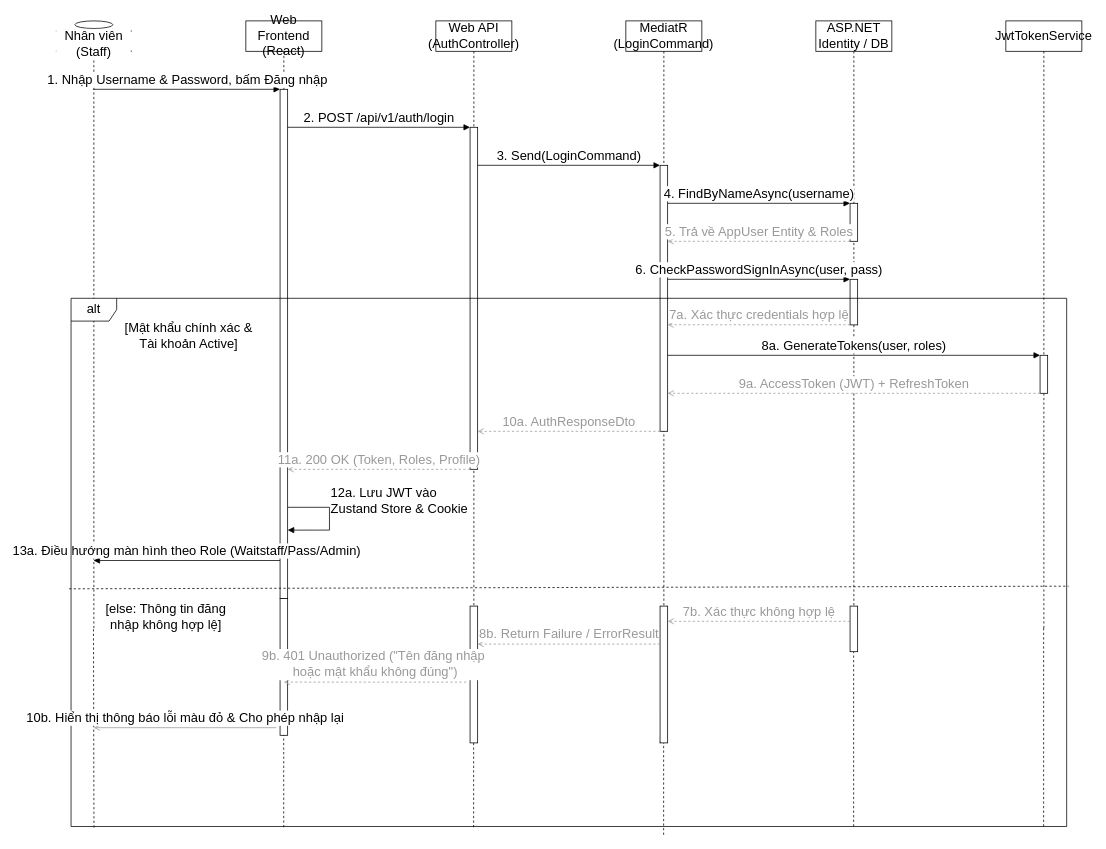
This is docs/phase1/drawio/sd06_staff_login.drawio from AndrewQng/VinDining, a draw.io file, before an edit. Source tidied: cells renumbered, new cells numbered last; positions are measured from the earlier drawing's top-left corner, leaving out a move shared by most shapes. Both pictures are drawn from the tidied source at 76%, with x=0, y=0 at pixel (55, 21).
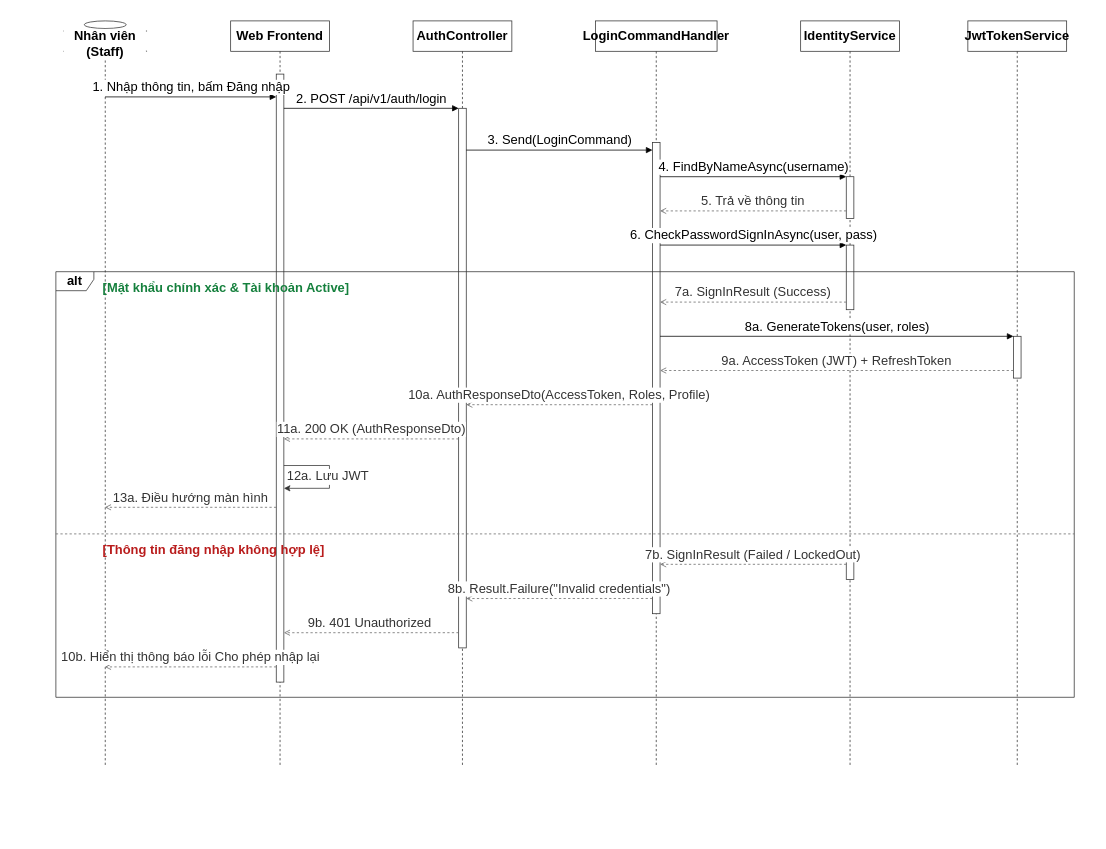
The same diagram, later.

Change to the diagram source:
```diff
@@
-    <mxCell id="2" value="Nhân viên (Staff)" style="shape=umlLifeline;perimeter=lifelinePerimeter;whiteSpace=wrap;html=1;outlineConnect=0;portConstraint=eastwest;size=40;participant=umlActor;verticalAlign=bottom;spacingBottom=-14;labelBackgroundColor=#ffffff;fontSize=17;" parent="1" vertex="1">
-      <mxGeometry width="100" height="800" as="geometry" />
+    <mxCell id="2" value="Nhân viên (Staff)" style="shape=umlLifeline;perimeter=lifelinePerimeter;whiteSpace=wrap;html=1;outlineConnect=0;portConstraint=eastwest;size=40;participant=umlActor;verticalAlign=bottom;spacingBottom=-14;labelBackgroundColor=#ffffff;fontSize=17;fontStyle=1;strokeColor=#333333;" parent="1" vertex="1">
+      <mxGeometry x="10" width="110" height="980" as="geometry" />
     </mxCell>
-    <mxCell id="3" value="Web Frontend (React)" style="shape=umlLifeline;perimeter=lifelinePerimeter;whiteSpace=wrap;html=1;size=40;fontSize=17;" parent="1" vertex="1">
-      <mxGeometry x="250" width="100" height="800" as="geometry" />
+    <mxCell id="3" value="Web Frontend" style="shape=umlLifeline;perimeter=lifelinePerimeter;whiteSpace=wrap;html=1;size=40;fontSize=17;fontStyle=1;fillColor=#ffffff;strokeColor=#333333;" parent="1" vertex="1">
+      <mxGeometry x="230" width="130" height="980" as="geometry" />
     </mxCell>
-    <mxCell id="4" style="html=1;points=[];perimeter=orthogonalPerimeter;outlineConnect=0;fillColor=#ffffff;fontSize=17;" parent="3" vertex="1">
-      <mxGeometry x="45" y="90" width="10" height="670" as="geometry" />
-    </mxCell>
-    <mxCell id="5" value="Web API (AuthController)" style="shape=umlLifeline;perimeter=lifelinePerimeter;whiteSpace=wrap;html=1;size=40;fontSize=17;" parent="1" vertex="1">
-      <mxGeometry x="500" width="100" height="800" as="geometry" />
-    </mxCell>
-    <mxCell id="6" style="html=1;points=[];perimeter=orthogonalPerimeter;outlineConnect=0;fillColor=#ffffff;fontSize=17;" parent="5" vertex="1">
-      <mxGeometry x="45" y="140" width="10" height="450" as="geometry" />
-    </mxCell>
-    <mxCell id="7" value="MediatR (LoginCommand)" style="shape=umlLifeline;perimeter=lifelinePerimeter;whiteSpace=wrap;html=1;size=40;fontSize=17;" parent="1" vertex="1">
-      <mxGeometry x="750" width="100" height="800" as="geometry" />
-    </mxCell>
-    <mxCell id="8" style="html=1;points=[];perimeter=orthogonalPerimeter;outlineConnect=0;fillColor=#ffffff;fontSize=17;" parent="7" vertex="1">
-      <mxGeometry x="45" y="190" width="10" height="350" as="geometry" />
-    </mxCell>
-    <mxCell id="9" value="ASP.NET Identity / DB" style="shape=umlLifeline;perimeter=lifelinePerimeter;whiteSpace=wrap;html=1;size=40;fontSize=17;" parent="1" vertex="1">
-      <mxGeometry x="1000" width="100" height="800" as="geometry" />
-    </mxCell>
-    <mxCell id="10" style="html=1;points=[];perimeter=orthogonalPerimeter;outlineConnect=0;fillColor=#ffffff;fontSize=17;" parent="9" vertex="1">
-      <mxGeometry x="45" y="240" width="10" height="50" as="geometry" />
-    </mxCell>
-    <mxCell id="11" style="html=1;points=[];perimeter=orthogonalPerimeter;outlineConnect=0;fillColor=#ffffff;fontSize=17;" parent="9" vertex="1">
-      <mxGeometry x="45" y="340" width="10" height="60" as="geometry" />
-    </mxCell>
+    <mxCell id="46" style="html=1;points=[];perimeter=orthogonalPerimeter;outlineConnect=0;fillColor=#ffffff;strokeColor=#333333;fontSize=17;" parent="3" vertex="1">
+      <mxGeometry x="60" y="70" width="10" height="800" as="geometry" />
+    </mxCell>
+    <mxCell id="47" value="AuthController" style="shape=umlLifeline;perimeter=lifelinePerimeter;whiteSpace=wrap;html=1;size=40;fontSize=17;fontStyle=1;fillColor=#ffffff;strokeColor=#333333;" parent="1" vertex="1">
+      <mxGeometry x="470" width="130" height="980" as="geometry" />
+    </mxCell>
+    <mxCell id="48" style="html=1;points=[];perimeter=orthogonalPerimeter;outlineConnect=0;fillColor=#ffffff;strokeColor=#333333;fontSize=17;" parent="47" vertex="1">
+      <mxGeometry x="60" y="115" width="10" height="710" as="geometry" />
+    </mxCell>
+    <mxCell id="49" value="LoginCommandHandler" style="shape=umlLifeline;perimeter=lifelinePerimeter;whiteSpace=wrap;html=1;size=40;fontSize=17;fontStyle=1;fillColor=#ffffff;strokeColor=#333333;" parent="1" vertex="1">
+      <mxGeometry x="710" width="160" height="980" as="geometry" />
+    </mxCell>
+    <mxCell id="50" style="html=1;points=[];perimeter=orthogonalPerimeter;outlineConnect=0;fillColor=#ffffff;strokeColor=#333333;fontSize=17;" parent="49" vertex="1">
+      <mxGeometry x="75" y="160" width="10" height="620" as="geometry" />
+    </mxCell>
+    <mxCell id="51" value="IdentityService" style="shape=umlLifeline;perimeter=lifelinePerimeter;whiteSpace=wrap;html=1;size=40;fontSize=17;fontStyle=1;fillColor=#ffffff;strokeColor=#333333;" parent="1" vertex="1">
+      <mxGeometry x="980" width="130" height="980" as="geometry" />
+    </mxCell>
+    <mxCell id="52" style="html=1;points=[];perimeter=orthogonalPerimeter;outlineConnect=0;fillColor=#ffffff;strokeColor=#333333;fontSize=17;" parent="51" vertex="1">
+      <mxGeometry x="60" y="205" width="10" height="55" as="geometry" />
+    </mxCell>
+    <mxCell id="53" style="html=1;points=[];perimeter=orthogonalPerimeter;outlineConnect=0;fillColor=#ffffff;strokeColor=#333333;fontSize=17;" parent="51" vertex="1">
+      <mxGeometry x="60" y="295" width="10" height="85" as="geometry" />
+    </mxCell>
+    <mxCell id="54" style="html=1;points=[];perimeter=orthogonalPerimeter;outlineConnect=0;fillColor=#ffffff;strokeColor=#333333;fontSize=17;" parent="51" vertex="1">
+      <mxGeometry x="60" y="700" width="10" height="35" as="geometry" />
+    </mxCell>
-    <mxCell id="12" value="JwtTokenService" style="shape=umlLifeline;perimeter=lifelinePerimeter;whiteSpace=wrap;html=1;size=40;fontSize=17;" parent="1" vertex="1">
-      <mxGeometry x="1250" width="100" height="800" as="geometry" />
+    <mxCell id="12" value="JwtTokenService" style="shape=umlLifeline;perimeter=lifelinePerimeter;whiteSpace=wrap;html=1;size=40;fontSize=17;fontStyle=1;fillColor=#ffffff;strokeColor=#333333;" parent="1" vertex="1">
+      <mxGeometry x="1200" width="130" height="980" as="geometry" />
     </mxCell>
-    <mxCell id="13" style="html=1;points=[];perimeter=orthogonalPerimeter;outlineConnect=0;fillColor=#ffffff;fontSize=17;" parent="12" vertex="1">
-      <mxGeometry x="45" y="440" width="10" height="50" as="geometry" />
-    </mxCell>
+    <mxCell id="55" style="html=1;points=[];perimeter=orthogonalPerimeter;outlineConnect=0;fillColor=#ffffff;strokeColor=#333333;fontSize=17;" parent="12" vertex="1">
+      <mxGeometry x="60" y="415" width="10" height="55" as="geometry" />
+    </mxCell>
-    <mxCell id="14" value="1. Nhập Username &amp;amp; Password, bấm Đăng nhập" style="html=1;verticalAlign=bottom;endArrow=block;curved=0;rounded=0;exitX=0.5;exitY=0.1125;entryX=0;entryY=0.0;fontSize=17;" parent="1" edge="1" source="2" target="4">
-      <mxGeometry relative="1" as="geometry" />
+    <mxCell id="14" value="1. Nhập thông tin, bấm Đăng nhập" style="html=1;verticalAlign=bottom;endArrow=block;curved=0;rounded=0;exitX=0.5;exitY=0.0714;entryX=0;entryY=0.0000;fontSize=17;" parent="1" edge="1">
+      <mxGeometry relative="1" as="geometry">
+        <mxPoint x="64.8" y="100" as="sourcePoint" />
+        <mxPoint x="290" y="100" as="targetPoint" />
+      </mxGeometry>
     </mxCell>
-    <mxCell id="15" value="2. POST /api/v1/auth/login" style="html=1;verticalAlign=bottom;endArrow=block;curved=0;rounded=0;exitX=1;exitY=0.0746;entryX=0;entryY=0.0;fontSize=17;" parent="1" edge="1" source="4" target="6">
+    <mxCell id="15" value="2. POST /api/v1/auth/login" style="html=1;verticalAlign=bottom;endArrow=block;curved=0;rounded=0;exitX=1;exitY=0.0563;entryX=0;entryY=0.0000;fontSize=17;" parent="1" edge="1" source="46" target="48">
       <mxGeometry relative="1" as="geometry" />
     </mxCell>
-    <mxCell id="16" value="3. Send(LoginCommand)" style="html=1;verticalAlign=bottom;endArrow=block;curved=0;rounded=0;exitX=1;exitY=0.1111;entryX=0;entryY=0.0;fontSize=17;" parent="1" edge="1" source="6" target="8">
-      <mxGeometry relative="1" as="geometry" />
+    <mxCell id="16" value="3. Send(LoginCommand)" style="html=1;verticalAlign=bottom;endArrow=block;curved=0;rounded=0;exitX=1;exitY=0.0634;entryX=0;entryY=0.0000;fontSize=17;" parent="1" edge="1">
+      <mxGeometry relative="1" as="geometry">
+        <mxPoint x="540" y="170" as="sourcePoint" />
+        <mxPoint x="785" y="170" as="targetPoint" />
+      </mxGeometry>
     </mxCell>
-    <mxCell id="17" value="4. FindByNameAsync(username)" style="html=1;verticalAlign=bottom;endArrow=block;curved=0;rounded=0;exitX=1;exitY=0.1429;entryX=0;entryY=0.0;fontSize=17;" parent="1" edge="1" source="8" target="10">
+    <mxCell id="17" value="4. FindByNameAsync(username)" style="html=1;verticalAlign=bottom;endArrow=block;curved=0;rounded=0;exitX=1;exitY=0.0726;entryX=0;entryY=0.0000;fontSize=17;" parent="1" edge="1" source="50" target="52">
       <mxGeometry relative="1" as="geometry" />
     </mxCell>
-    <mxCell id="18" value="5. Trả về AppUser Entity &amp;amp; Roles" style="html=1;verticalAlign=bottom;endArrow=open;dashed=1;curved=0;rounded=0;strokeColor=#999999;fontColor=#999999;exitX=0;exitY=1.0;entryX=1;entryY=0.2857;fontSize=17;" parent="1" edge="1" source="10" target="8">
+    <mxCell id="18" value="5. Trả về thông tin" style="html=1;verticalAlign=bottom;endArrow=open;dashed=1;curved=0;rounded=0;strokeColor=#666666;fontColor=#333333;exitX=0;exitY=0.8182;entryX=1;entryY=0.1452;fontSize=17;" parent="1" edge="1" source="52" target="50">
       <mxGeometry relative="1" as="geometry" />
     </mxCell>
-    <mxCell id="19" value="6. CheckPasswordSignInAsync(user, pass)" style="html=1;verticalAlign=bottom;endArrow=block;curved=0;rounded=0;exitX=1;exitY=0.4286;entryX=0;entryY=0.0;fontSize=17;" parent="1" edge="1" source="8" target="11">
+    <mxCell id="19" value="6. CheckPasswordSignInAsync(user, pass)" style="html=1;verticalAlign=bottom;endArrow=block;curved=0;rounded=0;exitX=1;exitY=0.2177;entryX=0;entryY=0.0000;fontSize=17;" parent="1" edge="1" source="50" target="53">
       <mxGeometry relative="1" as="geometry" />
     </mxCell>
-    <mxCell id="20" value="7a. Xác thực credentials hợp lệ" style="html=1;verticalAlign=bottom;endArrow=open;dashed=1;curved=0;rounded=0;strokeColor=#999999;fontColor=#999999;entryX=1;entryY=0.5714;fontSize=17;" parent="1" edge="1">
-      <mxGeometry relative="1" as="geometry">
-        <mxPoint x="1045" y="399.8" as="sourcePoint" />
-        <mxPoint x="805" y="399.8" as="targetPoint" />
-      </mxGeometry>
-    </mxCell>
+    <mxCell id="27" value="alt" style="shape=umlFrame;whiteSpace=wrap;html=1;width=50;height=25;fontSize=17;fontStyle=1;strokeColor=#333333;" parent="1" vertex="1">
+      <mxGeometry y="330" width="1340" height="560" as="geometry" />
+    </mxCell>
+    <mxCell id="38" value="[Mật khẩu chính xác &amp;amp; Tài khoản Active]" style="text;whiteSpace=wrap;html=1;labelBackgroundColor=none;fontSize=17;fontStyle=1;fontColor=#15803d;" parent="1" vertex="1">
+      <mxGeometry x="60" y="335" width="380" height="25" as="geometry" />
+    </mxCell>
+    <mxCell id="56" value="7a. SignInResult (Success)" style="html=1;verticalAlign=bottom;endArrow=open;dashed=1;curved=0;rounded=0;strokeColor=#666666;fontColor=#333333;exitX=0;exitY=0.8824;entryX=1;entryY=0.3387;fontSize=17;" parent="1" edge="1" source="53" target="50">
+      <mxGeometry relative="1" as="geometry" />
+    </mxCell>
-    <mxCell id="21" value="8a. GenerateTokens(user, roles)" style="html=1;verticalAlign=bottom;endArrow=block;curved=0;rounded=0;exitX=1;exitY=0.7143;entryX=0;entryY=0.0;fontSize=17;" parent="1" edge="1" source="8" target="13">
+    <mxCell id="21" value="8a. GenerateTokens(user, roles)" style="html=1;verticalAlign=bottom;endArrow=block;curved=0;rounded=0;exitX=1;exitY=0.4113;entryX=0;entryY=0.0000;fontSize=17;" parent="1" edge="1" source="50" target="55">
       <mxGeometry relative="1" as="geometry" />
     </mxCell>
-    <mxCell id="22" value="9a. AccessToken (JWT) + RefreshToken" style="html=1;verticalAlign=bottom;endArrow=open;dashed=1;curved=0;rounded=0;strokeColor=#999999;fontColor=#999999;exitX=0;exitY=1.0;entryX=1;entryY=0.8571;fontSize=17;" parent="1" edge="1" source="13" target="8">
+    <mxCell id="22" value="9a. AccessToken (JWT) + RefreshToken" style="html=1;verticalAlign=bottom;endArrow=open;dashed=1;curved=0;rounded=0;strokeColor=#666666;fontColor=#333333;exitX=0;exitY=0.8182;entryX=1;entryY=0.4839;fontSize=17;" parent="1" edge="1" source="55" target="50">
       <mxGeometry relative="1" as="geometry" />
     </mxCell>
-    <mxCell id="23" value="10a. AuthResponseDto" style="html=1;verticalAlign=bottom;endArrow=open;dashed=1;curved=0;rounded=0;strokeColor=#999999;fontColor=#999999;exitX=0;exitY=1.0;entryX=1;entryY=0.8889;fontSize=17;" parent="1" edge="1" source="8" target="6">
-      <mxGeometry relative="1" as="geometry" />
-    </mxCell>
-    <mxCell id="24" value="11a. 200 OK (Token, Roles, Profile)" style="html=1;verticalAlign=bottom;endArrow=open;dashed=1;curved=0;rounded=0;strokeColor=#999999;fontColor=#999999;exitX=0;exitY=1.0;entryX=1;entryY=0.7463;fontSize=17;" parent="1" edge="1" source="6" target="4">
-      <mxGeometry relative="1" as="geometry" />
-    </mxCell>
-    <mxCell id="25" value="12a. Lưu JWT vào&amp;nbsp;&lt;div&gt;Zustand Store &amp;amp; Cookie&lt;/div&gt;" style="html=1;verticalAlign=bottom;endArrow=block;curved=0;rounded=0;exitX=1;exitY=0.8209;entryX=1;entryY=0.8657;fontSize=17;align=left;" parent="1" edge="1" source="4" target="4">
-      <mxGeometry relative="1" as="geometry">
-        <Array as="points">
-          <mxPoint x="360" y="640" />
-          <mxPoint x="360" y="670" />
-        </Array>
-      </mxGeometry>
-    </mxCell>
-    <mxCell id="26" value="13a. Điều hướng màn hình theo Role (Waitstaff/Pass/Admin)" style="html=1;verticalAlign=bottom;endArrow=block;curved=0;rounded=0;exitX=0;exitY=0.9254;entryX=0.5;entryY=0.8875;fontSize=17;" parent="1" edge="1" source="4" target="2">
-      <mxGeometry relative="1" as="geometry" />
-    </mxCell>
-    <mxCell id="27" value="&lt;font style=&quot;font-size: 17px;&quot;&gt;alt&lt;/font&gt;" style="shape=umlFrame;whiteSpace=wrap;html=1;" parent="1" vertex="1">
-      <mxGeometry x="20" y="365" width="1310" height="695" as="geometry" />
-    </mxCell>
-    <mxCell id="28" style="endArrow=none;dashed=1;html=1;rounded=0;exitX=0.023;exitY=1.002;exitDx=0;exitDy=0;exitPerimeter=0;" parent="1" edge="1" source="27" target="2">
-      <mxGeometry relative="1" as="geometry" />
-    </mxCell>
-    <mxCell id="29" style="endArrow=none;dashed=1;html=1;rounded=0;exitX=0.023;exitY=1.002;exitDx=0;exitDy=0;exitPerimeter=0;" parent="1" edge="1">
-      <mxGeometry relative="1" as="geometry">
-        <mxPoint x="299.8" y="1061" as="sourcePoint" />
-        <mxPoint x="299.8" y="800" as="targetPoint" />
-      </mxGeometry>
-    </mxCell>
-    <mxCell id="30" style="endArrow=none;dashed=1;html=1;rounded=0;exitX=0.023;exitY=1.002;exitDx=0;exitDy=0;exitPerimeter=0;" parent="1" edge="1">
-      <mxGeometry relative="1" as="geometry">
-        <mxPoint x="549.7" y="1061" as="sourcePoint" />
-        <mxPoint x="549.7" y="800" as="targetPoint" />
-      </mxGeometry>
-    </mxCell>
-    <mxCell id="31" style="endArrow=none;dashed=1;html=1;rounded=0;exitX=0.023;exitY=1.002;exitDx=0;exitDy=0;exitPerimeter=0;" parent="1" edge="1" source="37">
-      <mxGeometry relative="1" as="geometry">
-        <mxPoint x="799.7" y="810" as="targetPoint" />
-      </mxGeometry>
-    </mxCell>
-    <mxCell id="32" style="endArrow=none;dashed=1;html=1;rounded=0;exitX=0.023;exitY=1.002;exitDx=0;exitDy=0;exitPerimeter=0;" parent="1" edge="1">
-      <mxGeometry relative="1" as="geometry">
-        <mxPoint x="1049.7" y="1060" as="sourcePoint" />
-        <mxPoint x="1049.7" y="799" as="targetPoint" />
-      </mxGeometry>
-    </mxCell>
-    <mxCell id="33" style="endArrow=none;dashed=1;html=1;rounded=0;exitX=0.023;exitY=1.002;exitDx=0;exitDy=0;exitPerimeter=0;" parent="1" edge="1">
-      <mxGeometry relative="1" as="geometry">
-        <mxPoint x="1299.7" y="1060" as="sourcePoint" />
-        <mxPoint x="1299.7" y="799" as="targetPoint" />
-      </mxGeometry>
-    </mxCell>
-    <mxCell id="34" style="endArrow=none;dashed=1;html=1;rounded=0;exitX=-0.002;exitY=0.55;exitDx=0;exitDy=0;exitPerimeter=0;entryX=1.002;entryY=0.545;entryDx=0;entryDy=0;entryPerimeter=0;" parent="1" edge="1" source="27" target="27">
-      <mxGeometry relative="1" as="geometry" />
-    </mxCell>
-    <mxCell id="35" style="html=1;perimeter=orthogonalPerimeter;fillColor=#ffffff;fontSize=17;" parent="1" vertex="1">
-      <mxGeometry x="1045" y="770" width="10" height="60" as="geometry" />
-    </mxCell>
-    <mxCell id="36" style="endArrow=none;dashed=1;html=1;rounded=0;exitX=0.023;exitY=1.002;exitDx=0;exitDy=0;exitPerimeter=0;" parent="1" edge="1" target="37">
-      <mxGeometry relative="1" as="geometry">
-        <mxPoint x="799.7" y="1071" as="sourcePoint" />
-      </mxGeometry>
-    </mxCell>
-    <mxCell id="37" style="html=1;points=[];perimeter=orthogonalPerimeter;outlineConnect=0;fillColor=#ffffff;fontSize=17;" parent="1" vertex="1">
-      <mxGeometry x="795" y="770" width="10" height="180" as="geometry" />
-    </mxCell>
-    <mxCell id="38" value="&lt;font style=&quot;font-size: 17px;&quot;&gt;[Mật khẩu chính xác &amp;amp; Tài khoản Active]&lt;/font&gt;" style="text;html=1;whiteSpace=wrap;strokeColor=none;fillColor=none;align=center;verticalAlign=middle;rounded=0;" parent="1" vertex="1">
-      <mxGeometry x="80" y="400" width="190" height="30" as="geometry" />
-    </mxCell>
-    <mxCell id="39" value="7b. Xác thực không hợp lệ" style="html=1;verticalAlign=bottom;endArrow=open;dashed=1;curved=0;rounded=0;strokeColor=#999999;fontColor=#999999;entryX=1;entryY=0.5714;fontSize=17;" parent="1" edge="1">
-      <mxGeometry relative="1" as="geometry">
-        <mxPoint x="1045" y="790" as="sourcePoint" />
-        <mxPoint x="805" y="790" as="targetPoint" />
-      </mxGeometry>
-    </mxCell>
-    <mxCell id="40" style="html=1;perimeter=orthogonalPerimeter;fillColor=#ffffff;fontSize=17;" parent="1" vertex="1">
-      <mxGeometry x="545" y="770" width="10" height="180" as="geometry" />
-    </mxCell>
-    <mxCell id="41" style="html=1;perimeter=orthogonalPerimeter;fillColor=#ffffff;fontSize=17;" parent="1" vertex="1">
-      <mxGeometry x="295" y="760" width="10" height="180" as="geometry" />
-    </mxCell>
-    <mxCell id="42" value="&lt;span&gt;9b. 401 Unauthorized (&quot;Tên đăng nhập&amp;nbsp;&lt;/span&gt;&lt;div&gt;&lt;span&gt;&lt;span style=&quot;color: light-dark(rgb(153, 153, 153), rgb(106, 106, 106));&quot;&gt;hoặc mật khẩu không đúng&quot;)&lt;/span&gt;&lt;/span&gt;&lt;/div&gt;" style="html=1;verticalAlign=bottom;endArrow=open;dashed=1;curved=0;rounded=0;strokeColor=#999999;fontColor=#999999;entryX=1;entryY=0.5714;fontSize=17;" parent="1" edge="1">
-      <mxGeometry relative="1" as="geometry">
-        <mxPoint x="540" y="870" as="sourcePoint" />
-        <mxPoint x="300" y="870" as="targetPoint" />
-      </mxGeometry>
-    </mxCell>
-    <mxCell id="43" value="10b. Hiển thị thông báo lỗi màu đỏ &amp;amp; Cho phép nhập lại" style="html=1;verticalAlign=bottom;endArrow=open;curved=0;rounded=0;strokeColor=#999999;fontColor=default;entryX=1;entryY=0.5714;fontSize=17;fontFamily=Helvetica;fontStyle=0;align=center;labelBackgroundColor=default;" parent="1" edge="1">
-      <mxGeometry relative="1" as="geometry">
-        <mxPoint x="290" y="930" as="sourcePoint" />
-        <mxPoint x="50" y="930" as="targetPoint" />
-      </mxGeometry>
-    </mxCell>
-    <mxCell id="44" value="8b. Return Failure / ErrorResult" style="html=1;verticalAlign=bottom;endArrow=open;dashed=1;curved=0;rounded=0;strokeColor=#999999;fontColor=#999999;entryX=1;entryY=0.5714;fontSize=17;" parent="1" edge="1">
-      <mxGeometry relative="1" as="geometry">
-        <mxPoint x="795" y="820" as="sourcePoint" />
-        <mxPoint x="555" y="820" as="targetPoint" />
-      </mxGeometry>
-    </mxCell>
-    <mxCell id="45" value="&lt;font style=&quot;font-size: 17px;&quot;&gt;[else: Thông tin đăng nhập không hợp lệ]&lt;/font&gt;" style="text;html=1;whiteSpace=wrap;strokeColor=none;fillColor=none;align=center;verticalAlign=middle;rounded=0;" parent="1" vertex="1">
-      <mxGeometry x="50" y="770" width="190" height="30" as="geometry" />
-    </mxCell>
+    <mxCell id="57" value="10a. AuthResponseDto(AccessToken, Roles, Profile)" style="html=1;verticalAlign=bottom;endArrow=open;dashed=1;curved=0;rounded=0;strokeColor=#666666;fontColor=#333333;exitX=0;exitY=0.5565;entryX=1;entryY=0.5493;fontSize=17;" parent="1" edge="1" source="50" target="48">
+      <mxGeometry relative="1" as="geometry" />
+    </mxCell>
+    <mxCell id="58" value="11a. 200 OK (AuthResponseDto)" style="html=1;verticalAlign=bottom;endArrow=open;dashed=1;curved=0;rounded=0;strokeColor=#666666;fontColor=#333333;exitX=0;exitY=0.6127;entryX=1;entryY=0.6000;fontSize=17;" parent="1" edge="1" source="48" target="46">
+      <mxGeometry relative="1" as="geometry" />
+    </mxCell>
+    <mxCell id="59" value="12a. Lưu JWT&amp;nbsp;" style="edgeStyle=orthogonalEdgeStyle;curved=0;rounded=0;html=1;exitX=1;exitY=0.6438;entryX=1;entryY=0.6813;strokeColor=#333333;fontColor=#333333;fontSize=17;" parent="1" edge="1" source="46" target="46">
+      <mxGeometry relative="1" as="geometry">
+        <Array as="points">
+          <mxPoint x="360" y="585" />
+          <mxPoint x="360" y="615" />
+        </Array>
+      </mxGeometry>
+    </mxCell>
+    <mxCell id="60" value="13a. Điều hướng màn hình" style="html=1;verticalAlign=bottom;endArrow=open;dashed=1;curved=0;rounded=0;strokeColor=#666666;fontColor=#333333;exitX=0;exitY=0.7125;fontSize=17;" parent="1" edge="1" source="46" target="2">
+      <mxGeometry relative="1" as="geometry" />
+    </mxCell>
+    <mxCell id="61" style="endArrow=none;dashed=1;html=1;rounded=0;strokeWidth=1;strokeColor=#666666;fontSize=17;" parent="1" edge="1">
+      <mxGeometry relative="1" as="geometry">
+        <mxPoint y="675" as="sourcePoint" />
+        <mxPoint x="1340" y="675" as="targetPoint" />
+      </mxGeometry>
+    </mxCell>
+    <mxCell id="62" value="[Thông tin đăng nhập không hợp lệ]" style="text;whiteSpace=wrap;html=1;labelBackgroundColor=none;fontSize=17;fontStyle=1;fontColor=#b91c1c;" parent="1" vertex="1">
+      <mxGeometry x="60" y="680" width="380" height="25" as="geometry" />
+    </mxCell>
+    <mxCell id="63" value="7b. SignInResult (Failed / LockedOut)" style="html=1;verticalAlign=bottom;endArrow=open;dashed=1;curved=0;rounded=0;strokeColor=#666666;fontColor=#333333;exitX=0;exitY=0.4286;entryX=1;entryY=0.8952;fontSize=17;" parent="1" edge="1" source="54" target="50">
+      <mxGeometry relative="1" as="geometry" />
+    </mxCell>
+    <mxCell id="64" value="8b. Result.Failure(&quot;Invalid credentials&quot;)" style="html=1;verticalAlign=bottom;endArrow=open;dashed=1;curved=0;rounded=0;strokeColor=#666666;fontColor=#333333;exitX=0;exitY=0.9677;entryX=1;entryY=0.9085;fontSize=17;" parent="1" edge="1" source="50" target="48">
+      <mxGeometry relative="1" as="geometry" />
+    </mxCell>
+    <mxCell id="65" value="9b. 401 Unauthorized&amp;nbsp;" style="html=1;verticalAlign=bottom;endArrow=open;dashed=1;curved=0;rounded=0;strokeColor=#666666;fontColor=#333333;exitX=0;exitY=0.9718;entryX=1;entryY=0.9188;fontSize=17;" parent="1" edge="1" source="48" target="46">
+      <mxGeometry relative="1" as="geometry" />
+    </mxCell>
+    <mxCell id="66" value="10b. Hiển thị thông báo lỗi Cho phép nhập lại" style="html=1;verticalAlign=bottom;endArrow=open;dashed=1;curved=0;rounded=0;strokeColor=#666666;fontColor=#333333;exitX=0;exitY=0.9750;fontSize=17;" parent="1" edge="1" source="46" target="2">
+      <mxGeometry relative="1" as="geometry" />
+    </mxCell>
```
